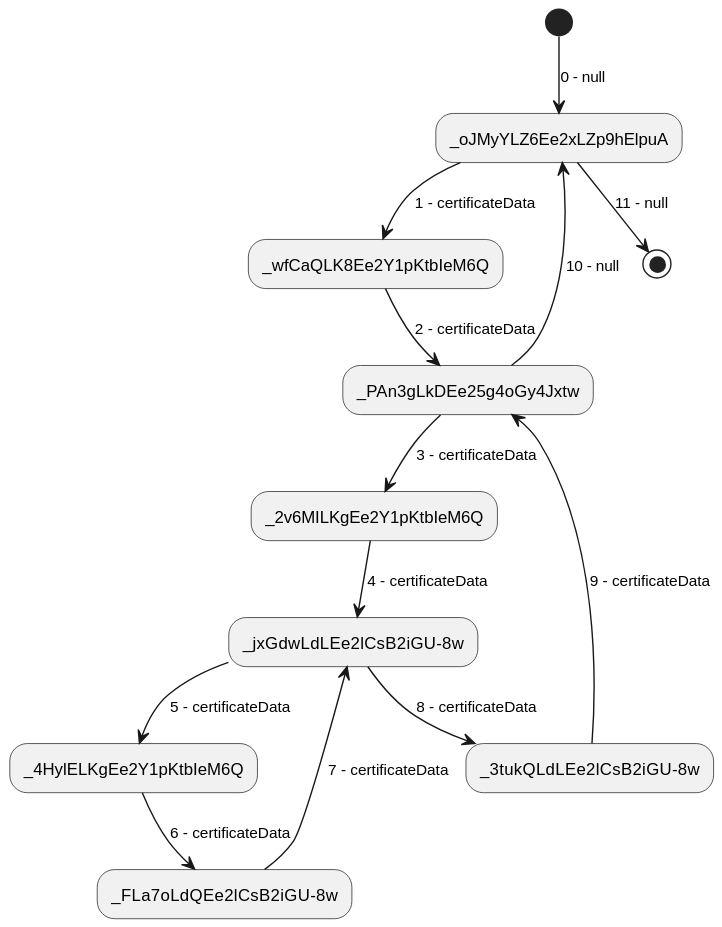
The PlantUML diagram output/action-sequence_5.svg in abunai-dev/DiagramGenerator, before a commit.
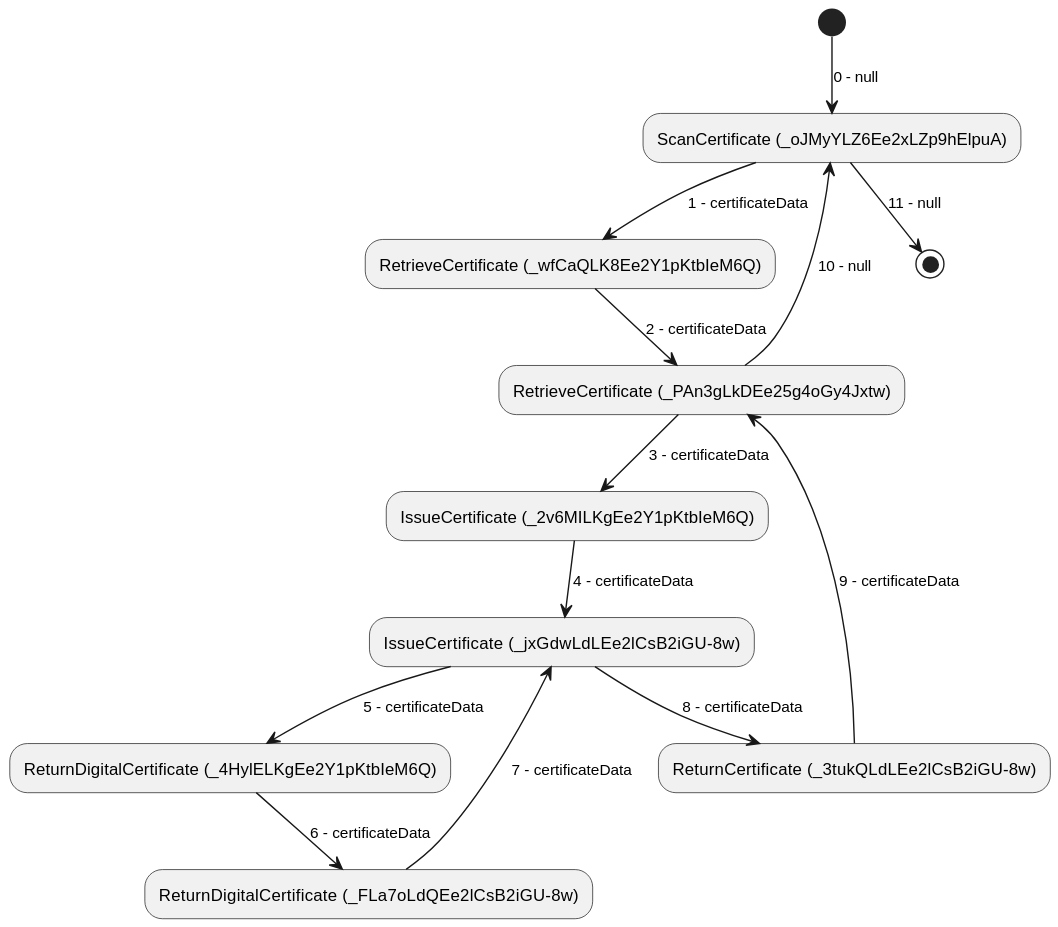
After the commit.

The edit, as a diff of the source:
```diff
@@ -1,14 +1,14 @@
 @startuml
-(*) --> [0 - null] "_oJMyYLZ6Ee2xLZp9hElpuA"
-"_oJMyYLZ6Ee2xLZp9hElpuA" --> [1 - certificateData] "_wfCaQLK8Ee2Y1pKtbIeM6Q"
-"_wfCaQLK8Ee2Y1pKtbIeM6Q" --> [2 - certificateData] "_PAn3gLkDEe25g4oGy4Jxtw"
-"_PAn3gLkDEe25g4oGy4Jxtw" --> [3 - certificateData] "_2v6MILKgEe2Y1pKtbIeM6Q"
-"_2v6MILKgEe2Y1pKtbIeM6Q" --> [4 - certificateData] "_jxGdwLdLEe2lCsB2iGU-8w"
-"_jxGdwLdLEe2lCsB2iGU-8w" --> [5 - certificateData] "_4HylELKgEe2Y1pKtbIeM6Q"
-"_4HylELKgEe2Y1pKtbIeM6Q" --> [6 - certificateData] "_FLa7oLdQEe2lCsB2iGU-8w"
-"_FLa7oLdQEe2lCsB2iGU-8w" --> [7 - certificateData] "_jxGdwLdLEe2lCsB2iGU-8w"
-"_jxGdwLdLEe2lCsB2iGU-8w" --> [8 - certificateData] "_3tukQLdLEe2lCsB2iGU-8w"
-"_3tukQLdLEe2lCsB2iGU-8w" --> [9 - certificateData] "_PAn3gLkDEe25g4oGy4Jxtw"
-"_PAn3gLkDEe25g4oGy4Jxtw" --> [10 - null] "_oJMyYLZ6Ee2xLZp9hElpuA"
-"_oJMyYLZ6Ee2xLZp9hElpuA" --> [11 - null] (*)
+(*) --> [0 - null] "ScanCertificate (_oJMyYLZ6Ee2xLZp9hElpuA)"
+"ScanCertificate (_oJMyYLZ6Ee2xLZp9hElpuA)" --> [1 - certificateData] "RetrieveCertificate (_wfCaQLK8Ee2Y1pKtbIeM6Q)"
+"RetrieveCertificate (_wfCaQLK8Ee2Y1pKtbIeM6Q)" --> [2 - certificateData] "RetrieveCertificate (_PAn3gLkDEe25g4oGy4Jxtw)"
+"RetrieveCertificate (_PAn3gLkDEe25g4oGy4Jxtw)" --> [3 - certificateData] "IssueCertificate (_2v6MILKgEe2Y1pKtbIeM6Q)"
+"IssueCertificate (_2v6MILKgEe2Y1pKtbIeM6Q)" --> [4 - certificateData] "IssueCertificate (_jxGdwLdLEe2lCsB2iGU-8w)"
+"IssueCertificate (_jxGdwLdLEe2lCsB2iGU-8w)" --> [5 - certificateData] "ReturnDigitalCertificate (_4HylELKgEe2Y1pKtbIeM6Q)"
+"ReturnDigitalCertificate (_4HylELKgEe2Y1pKtbIeM6Q)" --> [6 - certificateData] "ReturnDigitalCertificate (_FLa7oLdQEe2lCsB2iGU-8w)"
+"ReturnDigitalCertificate (_FLa7oLdQEe2lCsB2iGU-8w)" --> [7 - certificateData] "IssueCertificate (_jxGdwLdLEe2lCsB2iGU-8w)"
+"IssueCertificate (_jxGdwLdLEe2lCsB2iGU-8w)" --> [8 - certificateData] "ReturnCertificate (_3tukQLdLEe2lCsB2iGU-8w)"
+"ReturnCertificate (_3tukQLdLEe2lCsB2iGU-8w)" --> [9 - certificateData] "RetrieveCertificate (_PAn3gLkDEe25g4oGy4Jxtw)"
+"RetrieveCertificate (_PAn3gLkDEe25g4oGy4Jxtw)" --> [10 - null] "ScanCertificate (_oJMyYLZ6Ee2xLZp9hElpuA)"
+"ScanCertificate (_oJMyYLZ6Ee2xLZp9hElpuA)" --> [11 - null] (*)
 @enduml
```
